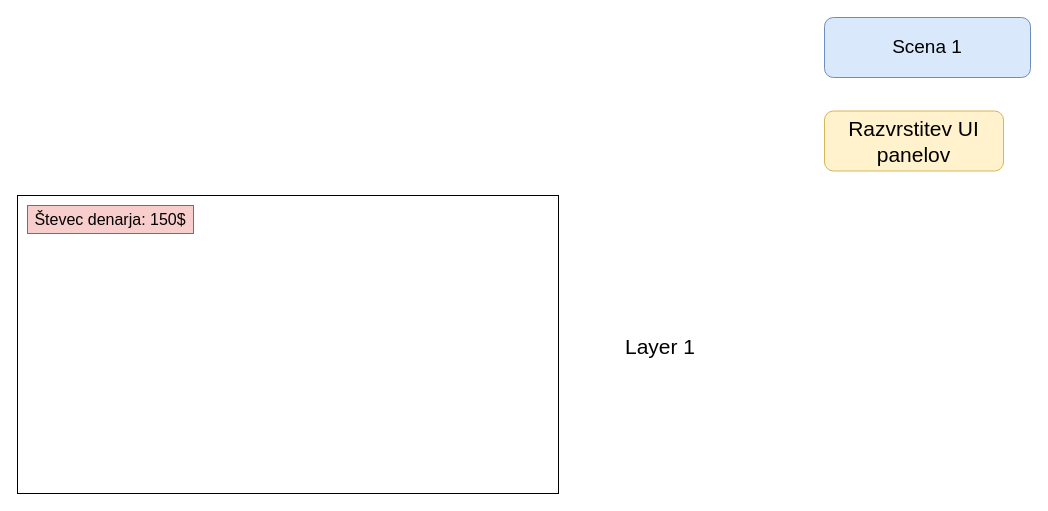
Before: page "Scena1" (1 of 2) of Dokumentacija/Načrti/NačrtUILayerov.drawio in ErikOpresnikHercog2026/IzdelekMatura, a draw.io diagram. Source tidied: cells renumbered, new cells numbered last; positions are measured from the earlier drawing's top-left corner, leaving out a move shared by most shapes. Both pictures are drawn from the tidied source at 100%, with x=0, y=0 at pixel (17, 17).
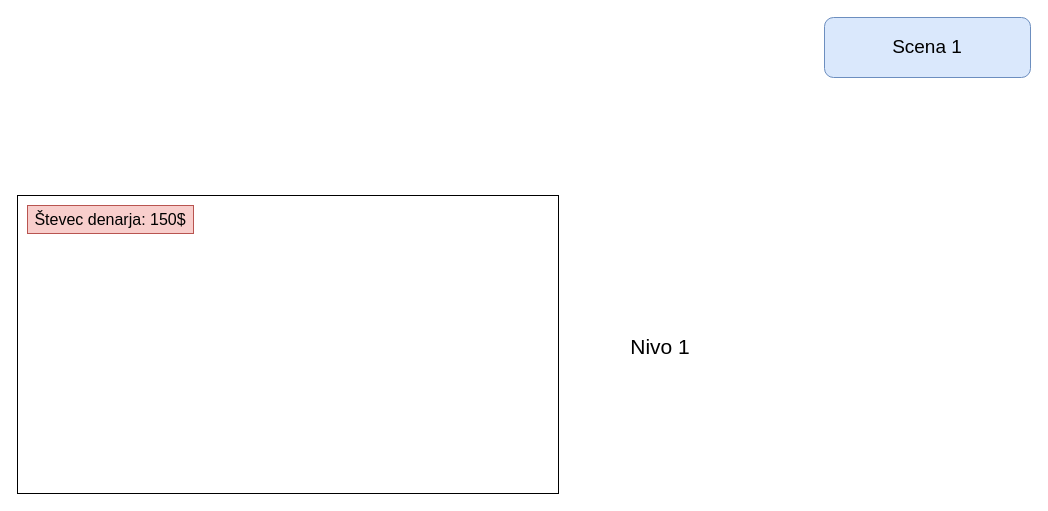
The same diagram, later.

What changed in the source:
```diff
@@
 <mxGraphModel>
   <root>
     <mxCell id="0" />
     <mxCell id="1" parent="0" />
     <mxCell id="2" style="rounded=0;whiteSpace=wrap;html=1;" parent="1" vertex="1">
       <mxGeometry y="178" width="541" height="298" as="geometry" />
     </mxCell>
     <mxCell id="3" value="Števec denarja: 150$" style="rounded=0;whiteSpace=wrap;html=1;sketch=0;fontSize=16;fillColor=#f8cecc;strokeColor=#b85450;" parent="1" vertex="1">
       <mxGeometry x="10" y="188" width="166" height="28" as="geometry" />
     </mxCell>
     <mxCell id="4" value="Scena 1" style="rounded=1;whiteSpace=wrap;html=1;fontSize=19;fillColor=#dae8fc;strokeColor=#6c8ebf;" parent="1" vertex="1">
       <mxGeometry x="807" width="206" height="60" as="geometry" />
     </mxCell>
-    <mxCell id="5" value="Razvrstitev UI panelov" style="rounded=1;whiteSpace=wrap;html=1;fontSize=21;fillColor=#fff2cc;strokeColor=#d6b656;" parent="1" vertex="1">
-      <mxGeometry x="807" y="93.5" width="179" height="60" as="geometry" />
-    </mxCell>
-    <mxCell id="6" value="Layer 1" style="text;html=1;strokeColor=none;fillColor=none;align=center;verticalAlign=middle;whiteSpace=wrap;rounded=0;fontSize=21;" parent="1" vertex="1">
+    <mxCell id="6" value="Nivo 1" style="text;html=1;strokeColor=none;fillColor=none;align=center;verticalAlign=middle;whiteSpace=wrap;rounded=0;fontSize=21;" parent="1" vertex="1">
       <mxGeometry x="587" y="314" width="112" height="30" as="geometry" />
     </mxCell>
   </root>
 </mxGraphModel>
```
